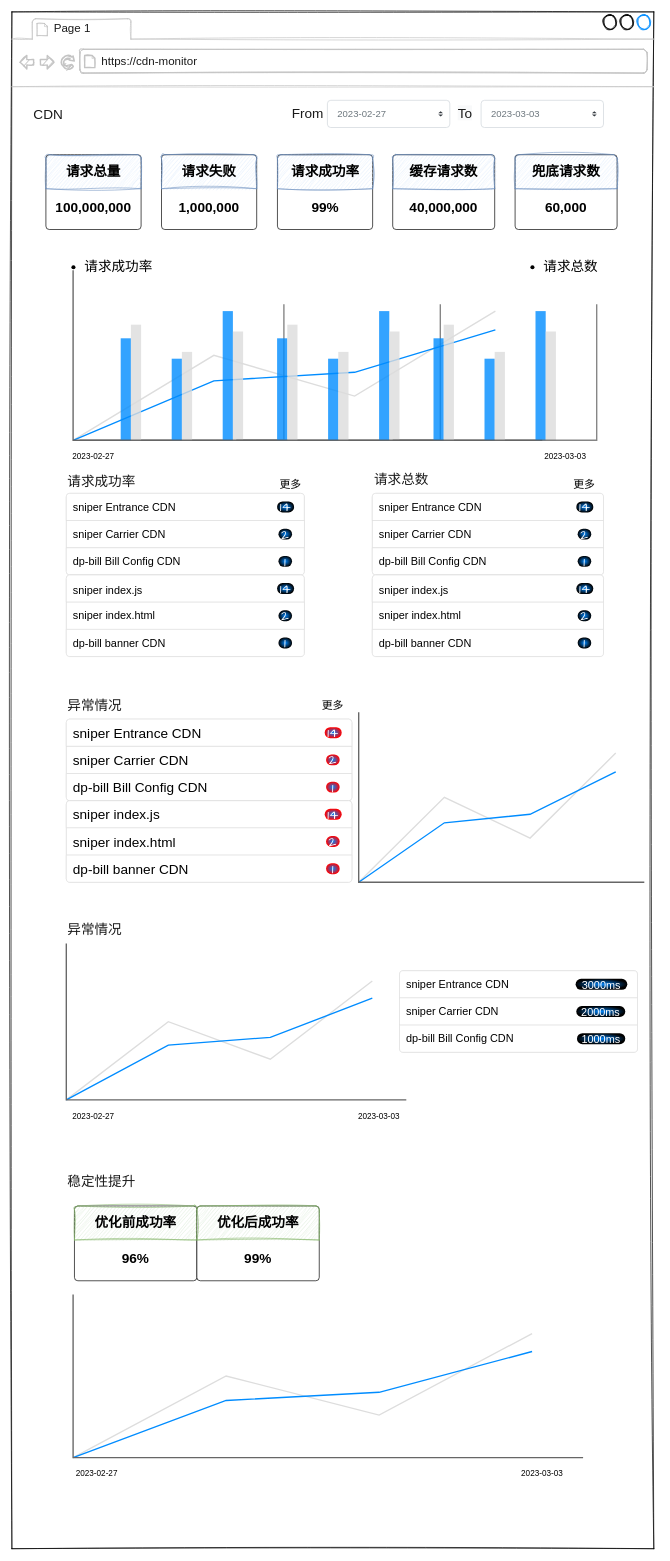
This is page "第 7 页" (7 of 7) of 未命名绘图.drawio from Darkindom/draw-the-diagrams, a draw.io file, before an edit. Source tidied: cells renumbered, new cells numbered last; positions are measured from the earlier drawing's top-left corner, leaving out a move shared by most shapes. Both pictures are drawn from the tidied source at 68%, with x=0, y=0 at pixel (12, 12).
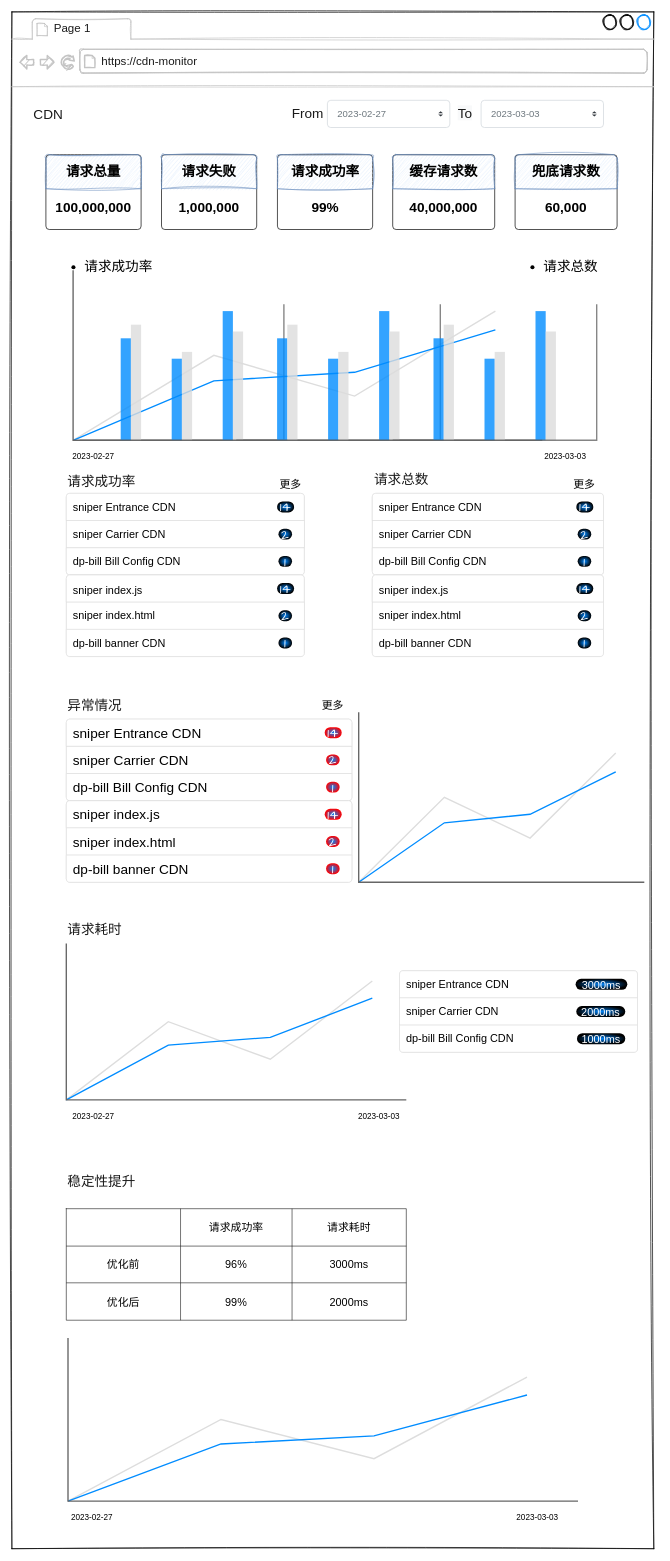
The same diagram, later.

Commit message (it also covers changes not shown here):
更新未命名绘图.drawio

The change refers to these unchanged cells:
```xml
<mxCell id="2" style="strokeWidth=1;shadow=0;dashed=0;align=center;html=1;shape=mxgraph.mockup.containers.browserWindow;rSize=0;strokeColor2=#008cff;strokeColor3=#c4c4c4;mainText=,;rounded=1;sketch=1;" parent="1" vertex="1">
  <mxGeometry width="944" height="2260" as="geometry" />
</mxCell>
```

Diff of the diagram source:
```diff
@@
     <mxCell id="89" style="verticalLabelPosition=bottom;shadow=0;dashed=0;align=center;html=1;verticalAlign=top;strokeWidth=1;shape=mxgraph.mockup.graphics.lineChart;strokeColor=none;strokeColor2=#666666;strokeColor3=#008cff;strokeColor4=#dddddd;sketch=0;hachureGap=4;jiggle=2;fontFamily=Architects Daughter;fontSize=20;fontColor=#1A1A1A;fillColor=default;gradientColor=none;" parent="2" vertex="1">
-      <mxGeometry x="90" y="1886" width="750" height="240" as="geometry" />
+      <mxGeometry x="82.5" y="1950" width="750" height="240" as="geometry" />
     </mxCell>
-    <mxCell id="90" value="&lt;font face=&quot;Helvetica&quot;&gt;异常情况&lt;/font&gt;" style="text;html=1;align=left;verticalAlign=middle;strokeColor=none;fillColor=none;fontSize=20;fontFamily=Architects Daughter;fontColor=#1A1A1A;sketch=1;hachureGap=4;jiggle=2;" parent="2" vertex="1">
+    <mxCell id="90" value="&lt;font face=&quot;Helvetica&quot;&gt;请求耗时&lt;/font&gt;" style="text;html=1;align=left;verticalAlign=middle;strokeColor=none;fillColor=none;fontSize=20;fontFamily=Architects Daughter;fontColor=#1A1A1A;sketch=1;hachureGap=4;jiggle=2;" parent="2" vertex="1">
       <mxGeometry x="80" y="1330" width="100" height="40" as="geometry" />
     </mxCell>
@@
     <mxCell id="92" value="&lt;font style=&quot;font-size: 12px;&quot;&gt;2023-02-27&lt;/font&gt;" style="text;html=1;strokeColor=none;fillColor=none;align=center;verticalAlign=middle;whiteSpace=wrap;rounded=0;shadow=0;labelBackgroundColor=none;sketch=0;hachureGap=4;jiggle=2;fillStyle=auto;fontFamily=Helvetica;fontSize=20;fontColor=#000000;opacity=80;" parent="2" vertex="1">
-      <mxGeometry x="65" y="2136" width="120" height="20" as="geometry" />
+      <mxGeometry x="57.5" y="2200" width="120" height="20" as="geometry" />
     </mxCell>
     <mxCell id="93" value="&lt;font style=&quot;font-size: 12px;&quot;&gt;2023-03-03&lt;/font&gt;" style="text;html=1;strokeColor=none;fillColor=none;align=center;verticalAlign=middle;whiteSpace=wrap;rounded=0;shadow=0;labelBackgroundColor=none;sketch=0;hachureGap=4;jiggle=2;fillStyle=auto;fontFamily=Helvetica;fontSize=20;fontColor=#000000;opacity=80;" parent="2" vertex="1">
-      <mxGeometry x="720" y="2136" width="120" height="20" as="geometry" />
+      <mxGeometry x="712.5" y="2200" width="120" height="20" as="geometry" />
     </mxCell>
@@
+    <mxCell id="100" style="shape=table;html=1;whiteSpace=wrap;startSize=0;childLayout=tableLayout;shadow=0;labelBackgroundColor=none;sketch=0;hachureGap=4;jiggle=2;fillStyle=auto;strokeColor=default;fontFamily=Helvetica;fontSize=16;fontColor=#000000;fillColor=default;gradientColor=none;gradientDirection=radial;opacity=80;" parent="2" vertex="1">
+      <mxGeometry x="80" y="1760" width="500" height="164" as="geometry" />
+    </mxCell>
+    <mxCell id="101" style="shape=tableRow;horizontal=0;startSize=0;swimlaneHead=0;swimlaneBody=0;top=0;left=0;bottom=0;right=0;fillColor=none;shadow=0;labelBackgroundColor=none;sketch=0;hachureGap=4;jiggle=2;fillStyle=auto;strokeColor=default;fontFamily=Helvetica;fontSize=16;fontColor=#000000;opacity=80;" parent="100" vertex="1">
+      <mxGeometry width="500" height="55" as="geometry" />
+    </mxCell>
+    <mxCell id="102" style="shape=partialRectangle;html=1;whiteSpace=wrap;fillColor=none;top=0;left=0;bottom=0;right=0;overflow=hidden;shadow=0;labelBackgroundColor=none;sketch=0;hachureGap=4;jiggle=2;fillStyle=auto;strokeColor=default;fontFamily=Helvetica;fontSize=16;fontColor=#000000;opacity=80;" parent="101" vertex="1">
+      <mxGeometry width="168" height="55" as="geometry" />
+    </mxCell>
+    <mxCell id="103" value="请求成功率" style="shape=partialRectangle;html=1;whiteSpace=wrap;fillColor=none;top=0;left=0;bottom=0;right=0;overflow=hidden;shadow=0;labelBackgroundColor=none;sketch=0;hachureGap=4;jiggle=2;fillStyle=auto;strokeColor=default;fontFamily=Helvetica;fontSize=16;fontColor=#000000;opacity=80;" parent="101" vertex="1">
+      <mxGeometry x="168" width="164" height="55" as="geometry" />
+    </mxCell>
+    <mxCell id="104" value="请求耗时" style="shape=partialRectangle;html=1;whiteSpace=wrap;fillColor=none;top=0;left=0;bottom=0;right=0;overflow=hidden;shadow=0;labelBackgroundColor=none;sketch=0;hachureGap=4;jiggle=2;fillStyle=auto;strokeColor=default;fontFamily=Helvetica;fontSize=16;fontColor=#000000;opacity=80;" parent="101" vertex="1">
+      <mxGeometry x="332" width="168" height="55" as="geometry" />
+    </mxCell>
+    <mxCell id="105" style="shape=tableRow;horizontal=0;startSize=0;swimlaneHead=0;swimlaneBody=0;top=0;left=0;bottom=0;right=0;fillColor=none;shadow=0;labelBackgroundColor=none;sketch=0;hachureGap=4;jiggle=2;fillStyle=auto;strokeColor=default;fontFamily=Helvetica;fontSize=16;fontColor=#000000;opacity=80;" parent="100" vertex="1">
+      <mxGeometry y="55" width="500" height="54" as="geometry" />
+    </mxCell>
+    <mxCell id="106" value="优化前" style="shape=partialRectangle;html=1;whiteSpace=wrap;fillColor=none;top=0;left=0;bottom=0;right=0;overflow=hidden;shadow=0;labelBackgroundColor=none;sketch=0;hachureGap=4;jiggle=2;fillStyle=auto;strokeColor=default;fontFamily=Helvetica;fontSize=16;fontColor=#000000;opacity=80;" parent="105" vertex="1">
+      <mxGeometry width="168" height="54" as="geometry" />
+    </mxCell>
-    <mxCell id="96" value="&lt;span style=&quot;font-size: 20px;&quot;&gt;&lt;b&gt;96%&lt;/b&gt;&lt;/span&gt;" style="html=1;shadow=0;dashed=0;shape=mxgraph.bootstrap.rrect;rSize=5;html=1;whiteSpace=wrap;verticalAlign=bottom;align=center;spacing=20;spacingBottom=0;fontSize=14;labelBackgroundColor=none;sketch=0;hachureGap=4;jiggle=2;fillStyle=auto;fontFamily=Helvetica;" parent="2" vertex="1">
-      <mxGeometry x="92" y="1756" width="180" height="110" as="geometry" />
+    <mxCell id="96" value="96%" style="shape=partialRectangle;html=1;whiteSpace=wrap;fillColor=none;top=0;left=0;bottom=0;right=0;overflow=hidden;shadow=0;labelBackgroundColor=none;sketch=0;hachureGap=4;jiggle=2;fillStyle=auto;strokeColor=default;fontFamily=Helvetica;fontSize=16;fontColor=#000000;opacity=80;" parent="105" vertex="1">
+      <mxGeometry x="168" width="164" height="54" as="geometry" />
     </mxCell>
-    <mxCell id="97" value="&lt;b style=&quot;color: rgb(0, 0, 0); font-size: 20px;&quot;&gt;优化前成功率&lt;/b&gt;" style="html=1;shadow=0;dashed=0;shape=mxgraph.bootstrap.topButton;rSize=5;perimeter=none;whiteSpace=wrap;fillColor=#d5e8d4;strokeColor=#82b366;fontSize=18;align=center;spacing=20;labelBackgroundColor=none;sketch=1;hachureGap=4;jiggle=2;fillStyle=auto;fontFamily=Helvetica;opacity=80;" parent="96" vertex="1">
-      <mxGeometry width="180" height="50" relative="1" as="geometry" />
-    </mxCell>
+    <mxCell id="107" value="3000ms" style="shape=partialRectangle;html=1;whiteSpace=wrap;fillColor=none;top=0;left=0;bottom=0;right=0;overflow=hidden;shadow=0;labelBackgroundColor=none;sketch=0;hachureGap=4;jiggle=2;fillStyle=auto;strokeColor=default;fontFamily=Helvetica;fontSize=16;fontColor=#000000;opacity=80;" parent="105" vertex="1">
+      <mxGeometry x="332" width="168" height="54" as="geometry" />
+    </mxCell>
+    <mxCell id="108" style="shape=tableRow;horizontal=0;startSize=0;swimlaneHead=0;swimlaneBody=0;top=0;left=0;bottom=0;right=0;fillColor=none;shadow=0;labelBackgroundColor=none;sketch=0;hachureGap=4;jiggle=2;fillStyle=auto;strokeColor=default;fontFamily=Helvetica;fontSize=16;fontColor=#000000;opacity=80;" parent="100" vertex="1">
+      <mxGeometry y="109" width="500" height="55" as="geometry" />
+    </mxCell>
+    <mxCell id="109" value="优化后" style="shape=partialRectangle;html=1;whiteSpace=wrap;fillColor=none;top=0;left=0;bottom=0;right=0;overflow=hidden;shadow=0;labelBackgroundColor=none;sketch=0;hachureGap=4;jiggle=2;fillStyle=auto;strokeColor=default;fontFamily=Helvetica;fontSize=16;fontColor=#000000;opacity=80;" parent="108" vertex="1">
+      <mxGeometry width="168" height="55" as="geometry" />
+    </mxCell>
-    <mxCell id="98" value="&lt;span style=&quot;font-size: 20px;&quot;&gt;&lt;b&gt;99%&lt;/b&gt;&lt;/span&gt;" style="html=1;shadow=0;dashed=0;shape=mxgraph.bootstrap.rrect;rSize=5;html=1;whiteSpace=wrap;verticalAlign=bottom;align=center;spacing=20;spacingBottom=0;fontSize=14;labelBackgroundColor=none;sketch=0;hachureGap=4;jiggle=2;fillStyle=auto;fontFamily=Helvetica;" parent="2" vertex="1">
-      <mxGeometry x="272" y="1756" width="180" height="110" as="geometry" />
+    <mxCell id="98" value="99%" style="shape=partialRectangle;html=1;whiteSpace=wrap;fillColor=none;top=0;left=0;bottom=0;right=0;overflow=hidden;shadow=0;labelBackgroundColor=none;sketch=0;hachureGap=4;jiggle=2;fillStyle=auto;strokeColor=default;fontFamily=Helvetica;fontSize=16;fontColor=#000000;opacity=80;" parent="108" vertex="1">
+      <mxGeometry x="168" width="164" height="55" as="geometry" />
     </mxCell>
-    <mxCell id="99" value="&lt;b style=&quot;color: rgb(0, 0, 0); font-size: 20px;&quot;&gt;优化后成功率&lt;/b&gt;" style="html=1;shadow=0;dashed=0;shape=mxgraph.bootstrap.topButton;rSize=5;perimeter=none;whiteSpace=wrap;fillColor=#d5e8d4;strokeColor=#82b366;fontSize=18;align=center;spacing=20;labelBackgroundColor=none;sketch=1;hachureGap=4;jiggle=2;fillStyle=auto;fontFamily=Helvetica;opacity=80;" parent="98" vertex="1">
-      <mxGeometry width="180" height="50" relative="1" as="geometry" />
-    </mxCell>
+    <mxCell id="110" value="2000ms" style="shape=partialRectangle;html=1;whiteSpace=wrap;fillColor=none;top=0;left=0;bottom=0;right=0;overflow=hidden;shadow=0;labelBackgroundColor=none;sketch=0;hachureGap=4;jiggle=2;fillStyle=auto;strokeColor=default;fontFamily=Helvetica;fontSize=16;fontColor=#000000;opacity=80;" parent="108" vertex="1">
+      <mxGeometry x="332" width="168" height="55" as="geometry" />
+    </mxCell>
```
